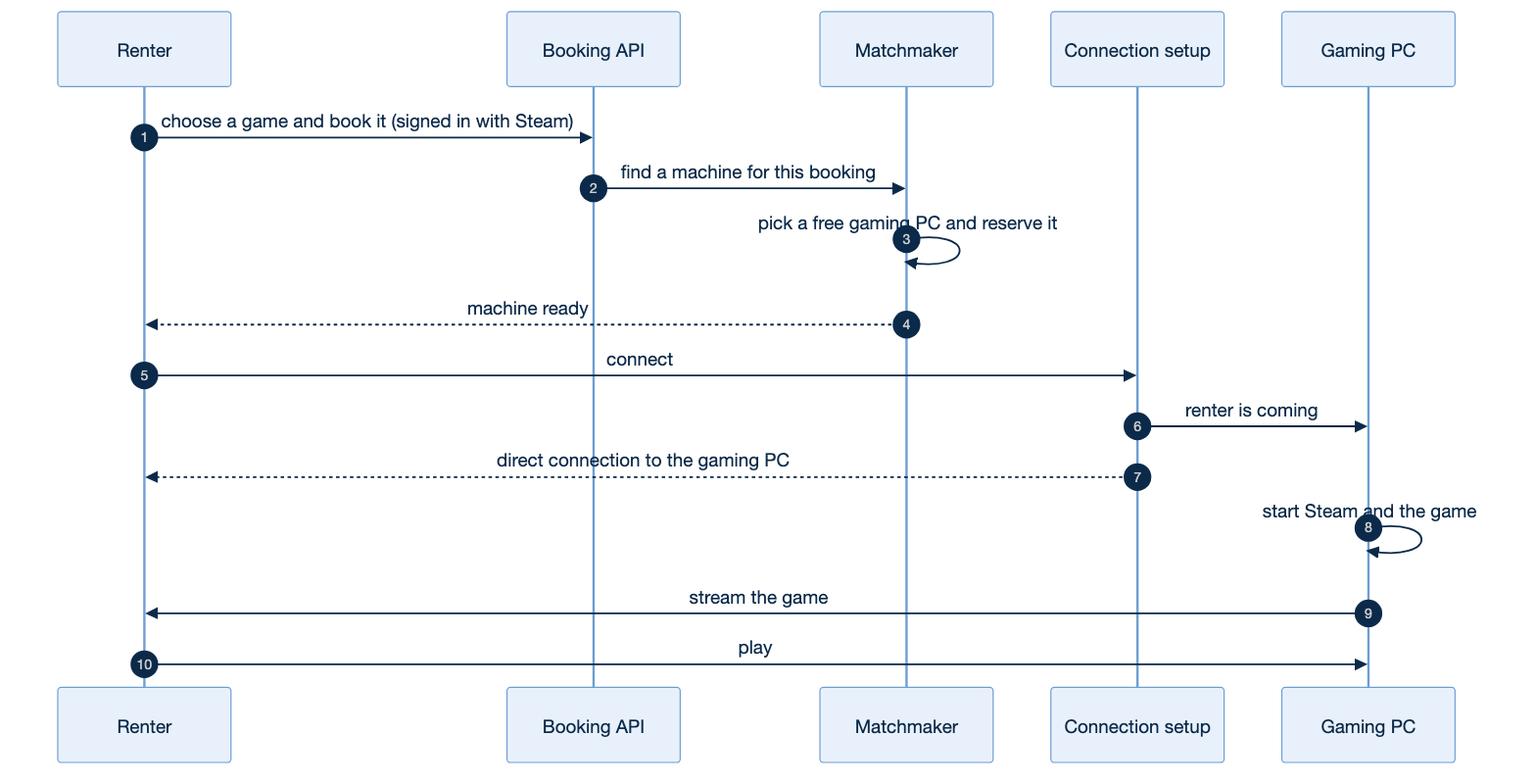
tomnotthomas/distributed_gaming keeps this Mermaid diagram as docs/diagrams/workflow.png. Above is the earlier version. Its source is kept beside it as docs/diagrams/workflow.mmd.
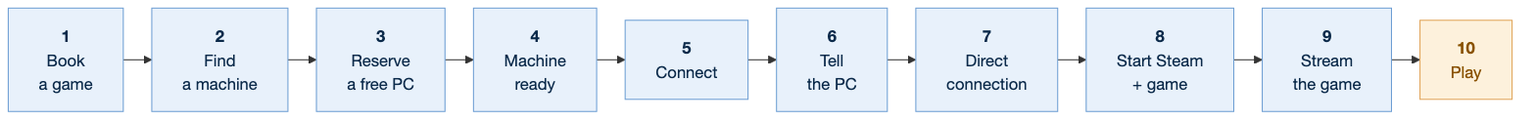
Above is the later version.

Commit message:
docs(system-design): workflow as one row of numbered steps, described below

Diff of the diagram source:
```diff
@@ -1,38 +1,23 @@
 ---
 config:
   theme: base
+  flowchart:
+    curve: basis
+    nodeSpacing: 30
+    rankSpacing: 28
+    htmlLabels: true
   themeVariables:
     fontFamily: "Helvetica Neue, Helvetica, Arial, sans-serif"
-    fontSize: 14px
-    primaryColor: "#e8f1fb"
-    primaryBorderColor: "#6d9ed3"
+    fontSize: 16px
+    lineColor: "#333333"
     primaryTextColor: "#0b2a4a"
-    lineColor: "#333333"
-    noteBkgColor: "#ffffff"
-    noteBorderColor: "#ffffff"
-    noteTextColor: "#666666"
-    actorBkg: "#e8f1fb"
-    actorBorder: "#6d9ed3"
   themeCSS: >-
-    svg, text, tspan, span, p, div { font-family: "Helvetica Neue", Helvetica, Arial, sans-serif !important; }
-    .noteText, .noteText tspan { font-weight: 600; fill: #222 !important; font-size: 15px !important; }
-    .labelText, .loopText, .loopText tspan { font-weight: bold; fill: #444 !important; }
+    svg, text, span, p, div { font-family: "Helvetica Neue", Helvetica, Arial, sans-serif !important; }
 ---
-sequenceDiagram
-  autonumber
-  participant R as Renter
-  participant API as Booking API
-  participant MM as Matchmaker
-  participant SIG as Connection setup
-  participant PC as Gaming PC
+flowchart LR
+  S1["<b>1</b><br/>Book<br/>a game"] --> S2["<b>2</b><br/>Find<br/>a machine"] --> S3["<b>3</b><br/>Reserve<br/>a free PC"] --> S4["<b>4</b><br/>Machine<br/>ready"] --> S5["<b>5</b><br/>Connect"] --> S6["<b>6</b><br/>Tell<br/>the PC"] --> S7["<b>7</b><br/>Direct<br/>connection"] --> S8["<b>8</b><br/>Start Steam<br/>+ game"] --> S9["<b>9</b><br/>Stream<br/>the game"] --> S10["<b>10</b><br/>Play"]
 
-  R->>API: choose a game and book it (signed in with Steam)
-  API->>MM: find a machine for this booking
-  MM->>MM: pick a free gaming PC and reserve it
-  MM-->>R: machine ready
-  R->>SIG: connect
-  SIG->>PC: renter is coming
-  SIG-->>R: direct connection to the gaming PC
-  PC->>PC: start Steam and the game
-  PC->>R: stream the game
-  R->>PC: play
+  classDef step fill:#e8f1fb,stroke:#6d9ed3,color:#0b2a4a
+  classDef done fill:#fdf1dc,stroke:#e0a458,color:#8a5300
+  class S1,S2,S3,S4,S5,S6,S7,S8,S9 step
+  class S10 done
```
